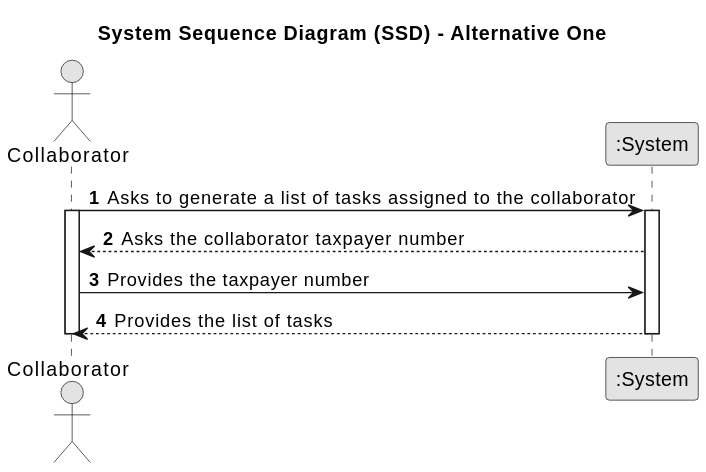
SAEmanuel/Green_Spaces_Management_ISEP keeps this PlantUML diagram as docs/sprintC/us028/01.requirements-engineering/svg/us028-system-sequence-diagram-alternative-one-System_Sequence_Diagram__SSD____Alternative_One.svg. Above is the earlier version.
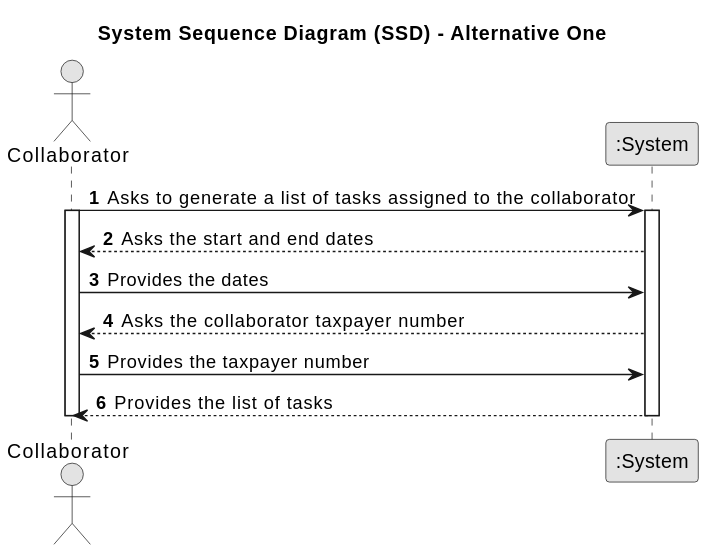
Later version of the same file.

The edit, as a diff of the source:
```diff
@@ -15,6 +15,8 @@
         activate COLLAB
         activate System
 
+        System --> COLLAB : Asks the start and end dates
+        COLLAB -> System : Provides the dates
         System --> COLLAB : Asks the collaborator taxpayer number
         COLLAB -> System : Provides the taxpayer number
         System --> COLLAB: Provides the list of tasks
```
